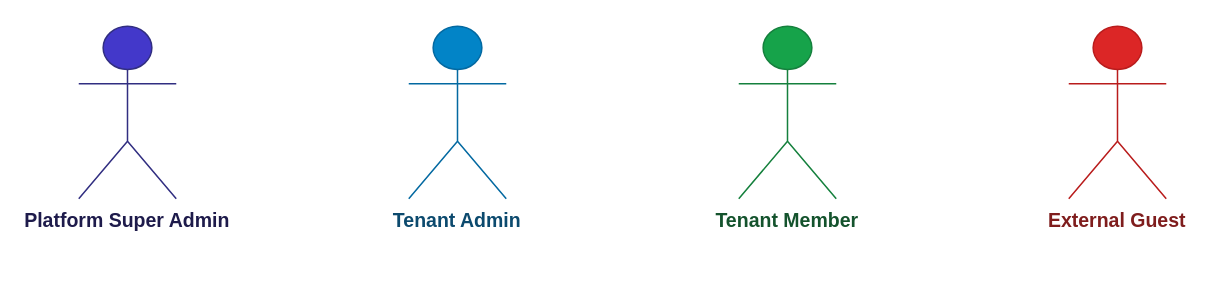
The draw.io diagram 4_actors_minimalist.drawio in FilestoreCloud/docs, before the edit. Source tidied: cells renumbered, new cells numbered last; positions are measured from the earlier drawing's top-left corner, leaving out a move shared by most shapes. Both pictures are drawn from the tidied source at 150%, with x=0, y=0 at pixel (78, 26).
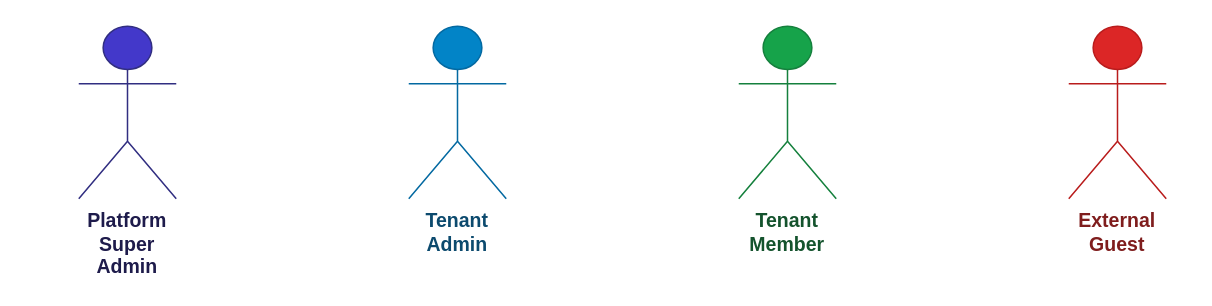
After the change.

Change to the diagram source:
```diff
@@
 <mxGraphModel>
   <root>
     <mxCell id="0" />
     <mxCell id="1" parent="0" />
-    <mxCell id="2" value="Platform Super Admin" style="shape=umlActor;verticalLabelPosition=bottom;verticalAlign=top;html=0;fillColor=#4338CA;strokeColor=#312E81;fontColor=#1E1B4B;fontSize=13;fontFamily=Helvetica;fontStyle=1;" parent="1" vertex="1">
+    <mxCell id="2" value="Platform Super Admin" style="shape=umlActor;verticalLabelPosition=bottom;verticalAlign=top;html=0;fillColor=#4338CA;strokeColor=#312E81;fontColor=#1E1B4B;fontSize=13;fontFamily=Helvetica;fontStyle=1;whiteSpace=wrap;" parent="1" vertex="1">
       <mxGeometry width="65" height="115" as="geometry" />
     </mxCell>
-    <mxCell id="3" value="Tenant Admin" style="shape=umlActor;verticalLabelPosition=bottom;verticalAlign=top;html=0;fillColor=#0284C7;strokeColor=#0369A1;fontColor=#0C4A6E;fontSize=13;fontFamily=Helvetica;fontStyle=1;" parent="1" vertex="1">
+    <mxCell id="3" value="Tenant Admin" style="shape=umlActor;verticalLabelPosition=bottom;verticalAlign=top;html=0;fillColor=#0284C7;strokeColor=#0369A1;fontColor=#0C4A6E;fontSize=13;fontFamily=Helvetica;fontStyle=1;whiteSpace=wrap;" parent="1" vertex="1">
       <mxGeometry x="220" width="65" height="115" as="geometry" />
     </mxCell>
-    <mxCell id="4" value="Tenant Member" style="shape=umlActor;verticalLabelPosition=bottom;verticalAlign=top;html=0;fillColor=#16A34A;strokeColor=#15803D;fontColor=#14532D;fontSize=13;fontFamily=Helvetica;fontStyle=1;" parent="1" vertex="1">
+    <mxCell id="4" value="Tenant Member" style="shape=umlActor;verticalLabelPosition=bottom;verticalAlign=top;html=0;fillColor=#16A34A;strokeColor=#15803D;fontColor=#14532D;fontSize=13;fontFamily=Helvetica;fontStyle=1;whiteSpace=wrap;" parent="1" vertex="1">
       <mxGeometry x="440" width="65" height="115" as="geometry" />
     </mxCell>
-    <mxCell id="5" value="External Guest" style="shape=umlActor;verticalLabelPosition=bottom;verticalAlign=top;html=0;fillColor=#DC2626;strokeColor=#B91C1C;fontColor=#7F1D1D;fontSize=13;fontFamily=Helvetica;fontStyle=1;" parent="1" vertex="1">
+    <mxCell id="5" value="External Guest" style="shape=umlActor;verticalLabelPosition=bottom;verticalAlign=top;html=0;fillColor=#DC2626;strokeColor=#B91C1C;fontColor=#7F1D1D;fontSize=13;fontFamily=Helvetica;fontStyle=1;whiteSpace=wrap;" parent="1" vertex="1">
       <mxGeometry x="660" width="65" height="115" as="geometry" />
     </mxCell>
   </root>
 </mxGraphModel>
```
